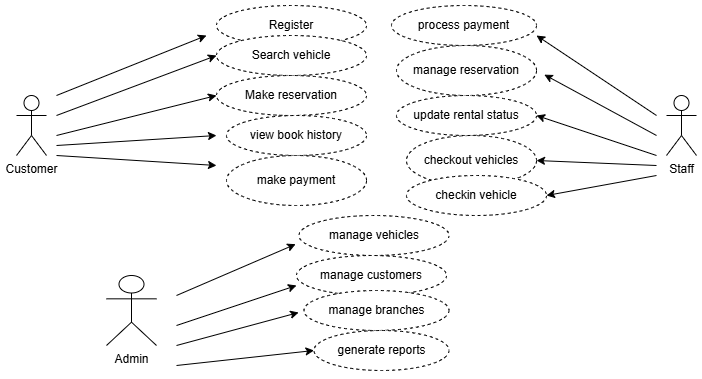
This is diagrams/UseCaseDiagram.png from bereketDress/car-rental-system, a draw.io export, as it was before one commit. Source tidied: cells renumbered, new cells last; positions are measured from the earlier drawing's top-left corner, leaving out a move shared by most shapes. Its diagram source:
```xml
<mxGraphModel>
  <root>
    <mxCell id="0" />
    <mxCell id="1" parent="0" />
    <mxCell id="2" value="Customer" style="shape=umlActor;verticalLabelPosition=bottom;verticalAlign=top;html=1;" parent="1" vertex="1">
      <mxGeometry y="90" width="30" height="60" as="geometry" />
    </mxCell>
    <mxCell id="3" value="Admin" style="shape=umlActor;verticalLabelPosition=bottom;verticalAlign=top;html=1;" parent="1" vertex="1">
      <mxGeometry x="90" y="270" width="50" height="70" as="geometry" />
    </mxCell>
    <mxCell id="4" value="Staff" style="shape=umlActor;verticalLabelPosition=bottom;verticalAlign=top;html=1;" parent="1" vertex="1">
      <mxGeometry x="650" y="90" width="30" height="60" as="geometry" />
    </mxCell>
    <mxCell id="5" style="endArrow=classic;html=1;rounded=0;" parent="1" edge="1">
      <mxGeometry relative="1" as="geometry">
        <mxPoint x="40" y="90" as="sourcePoint" />
        <mxPoint x="190" y="30" as="targetPoint" />
      </mxGeometry>
    </mxCell>
    <mxCell id="6" style="endArrow=classic;html=1;rounded=0;entryX=0;entryY=0.5;entryDx=0;entryDy=0;" parent="1" edge="1" target="11">
      <mxGeometry relative="1" as="geometry">
        <mxPoint x="40" y="130" as="sourcePoint" />
      </mxGeometry>
    </mxCell>
    <mxCell id="7" style="endArrow=classic;html=1;rounded=0;" parent="1" edge="1">
      <mxGeometry relative="1" as="geometry">
        <mxPoint x="40" y="140" as="sourcePoint" />
        <mxPoint x="200" y="130" as="targetPoint" />
      </mxGeometry>
    </mxCell>
    <mxCell id="8" style="endArrow=classic;html=1;rounded=0;" parent="1" edge="1">
      <mxGeometry relative="1" as="geometry">
        <mxPoint x="40" y="150" as="sourcePoint" />
        <mxPoint x="200" y="160" as="targetPoint" />
      </mxGeometry>
    </mxCell>
    <mxCell id="9" value="Register" style="ellipse;whiteSpace=wrap;html=1;align=center;dashed=1;" parent="1" vertex="1">
      <mxGeometry x="200" width="150" height="40" as="geometry" />
    </mxCell>
    <mxCell id="10" value="Search vehicle" style="ellipse;whiteSpace=wrap;html=1;align=center;dashed=1;" parent="1" vertex="1">
      <mxGeometry x="200" y="30" width="150" height="40" as="geometry" />
    </mxCell>
    <mxCell id="11" value="Make reservation" style="ellipse;whiteSpace=wrap;html=1;align=center;dashed=1;" parent="1" vertex="1">
      <mxGeometry x="200" y="70" width="150" height="40" as="geometry" />
    </mxCell>
    <mxCell id="12" value="view book history" style="ellipse;whiteSpace=wrap;html=1;align=center;dashed=1;" parent="1" vertex="1">
      <mxGeometry x="210" y="110" width="140" height="40" as="geometry" />
    </mxCell>
    <mxCell id="13" value="make payment" style="ellipse;whiteSpace=wrap;html=1;align=center;dashed=1;" parent="1" vertex="1">
      <mxGeometry x="210" y="150" width="140" height="50" as="geometry" />
    </mxCell>
    <mxCell id="14" value="manage vehicles" style="ellipse;whiteSpace=wrap;html=1;align=center;dashed=1;" parent="1" vertex="1">
      <mxGeometry x="282.5" y="210" width="150" height="40" as="geometry" />
    </mxCell>
    <mxCell id="15" value="manage customers" style="ellipse;whiteSpace=wrap;html=1;align=center;dashed=1;" parent="1" vertex="1">
      <mxGeometry x="280" y="250" width="150" height="40" as="geometry" />
    </mxCell>
    <mxCell id="16" value="manage branches" style="ellipse;whiteSpace=wrap;html=1;align=center;dashed=1;" parent="1" vertex="1">
      <mxGeometry x="287.5" y="285" width="145" height="40" as="geometry" />
    </mxCell>
    <mxCell id="17" value="generate reports" style="ellipse;whiteSpace=wrap;html=1;align=center;dashed=1;" parent="1" vertex="1">
      <mxGeometry x="297.5" y="325" width="135" height="40" as="geometry" />
    </mxCell>
    <mxCell id="18" style="endArrow=classic;html=1;rounded=0;entryX=-0.022;entryY=0.717;entryDx=0;entryDy=0;entryPerimeter=0;" parent="1" edge="1" target="14">
      <mxGeometry relative="1" as="geometry">
        <mxPoint x="160" y="290" as="sourcePoint" />
      </mxGeometry>
    </mxCell>
    <mxCell id="19" style="endArrow=classic;html=1;rounded=0;entryX=0;entryY=0.75;entryDx=0;entryDy=0;entryPerimeter=0;" parent="1" edge="1" target="15">
      <mxGeometry relative="1" as="geometry">
        <mxPoint x="160" y="320" as="sourcePoint" />
      </mxGeometry>
    </mxCell>
    <mxCell id="20" style="endArrow=classic;html=1;rounded=0;entryX=0;entryY=0.5;entryDx=0;entryDy=0;" parent="1" edge="1" target="17">
      <mxGeometry relative="1" as="geometry">
        <mxPoint x="160" y="360" as="sourcePoint" />
      </mxGeometry>
    </mxCell>
    <mxCell id="21" style="endArrow=classic;html=1;rounded=0;entryX=-0.037;entryY=0.55;entryDx=0;entryDy=0;entryPerimeter=0;" parent="1" edge="1" target="16">
      <mxGeometry relative="1" as="geometry">
        <mxPoint x="160" y="340" as="sourcePoint" />
      </mxGeometry>
    </mxCell>
    <mxCell id="22" value="manage reservation" style="ellipse;whiteSpace=wrap;html=1;align=center;dashed=1;" parent="1" vertex="1">
      <mxGeometry x="380" y="40" width="140" height="50" as="geometry" />
    </mxCell>
    <mxCell id="23" value="checkout vehicles" style="ellipse;whiteSpace=wrap;html=1;align=center;dashed=1;" parent="1" vertex="1">
      <mxGeometry x="390" y="130" width="130" height="50" as="geometry" />
    </mxCell>
    <mxCell id="24" value="process payment" style="ellipse;whiteSpace=wrap;html=1;align=center;dashed=1;" parent="1" vertex="1">
      <mxGeometry x="375" width="145" height="40" as="geometry" />
    </mxCell>
    <mxCell id="25" value="update rental status" style="ellipse;whiteSpace=wrap;html=1;align=center;dashed=1;" parent="1" vertex="1">
      <mxGeometry x="380" y="90" width="140" height="40" as="geometry" />
    </mxCell>
    <mxCell id="26" value="checkin vehicle" style="ellipse;whiteSpace=wrap;html=1;align=center;dashed=1;" parent="1" vertex="1">
      <mxGeometry x="390" y="170" width="140" height="40" as="geometry" />
    </mxCell>
    <mxCell id="27" style="endArrow=classic;html=1;rounded=0;entryX=1;entryY=0.5;entryDx=0;entryDy=0;" parent="1" edge="1" target="23">
      <mxGeometry relative="1" as="geometry">
        <mxPoint x="640" y="160" as="sourcePoint" />
      </mxGeometry>
    </mxCell>
    <mxCell id="28" style="endArrow=classic;html=1;rounded=0;entryX=1;entryY=0.5;entryDx=0;entryDy=0;" parent="1" edge="1" target="25">
      <mxGeometry relative="1" as="geometry">
        <mxPoint x="640" y="150" as="sourcePoint" />
      </mxGeometry>
    </mxCell>
    <mxCell id="29" style="endArrow=classic;html=1;rounded=0;entryX=1.056;entryY=0.583;entryDx=0;entryDy=0;entryPerimeter=0;" parent="1" edge="1" target="22">
      <mxGeometry relative="1" as="geometry">
        <mxPoint x="640" y="130" as="sourcePoint" />
      </mxGeometry>
    </mxCell>
    <mxCell id="30" style="endArrow=classic;html=1;rounded=0;entryX=1;entryY=0.75;entryDx=0;entryDy=0;entryPerimeter=0;" parent="1" edge="1" target="24">
      <mxGeometry relative="1" as="geometry">
        <mxPoint x="640" y="110" as="sourcePoint" />
      </mxGeometry>
    </mxCell>
    <mxCell id="31" style="endArrow=classic;html=1;rounded=0;entryX=0;entryY=0.5;entryDx=0;entryDy=0;" parent="1" edge="1" target="10">
      <mxGeometry relative="1" as="geometry">
        <mxPoint x="40" y="110" as="sourcePoint" />
      </mxGeometry>
    </mxCell>
    <mxCell id="32" style="endArrow=classic;html=1;rounded=0;entryX=1;entryY=0.5;entryDx=0;entryDy=0;" parent="1" edge="1" target="26">
      <mxGeometry relative="1" as="geometry">
        <mxPoint x="640" y="170" as="sourcePoint" />
      </mxGeometry>
    </mxCell>
  </root>
</mxGraphModel>
```
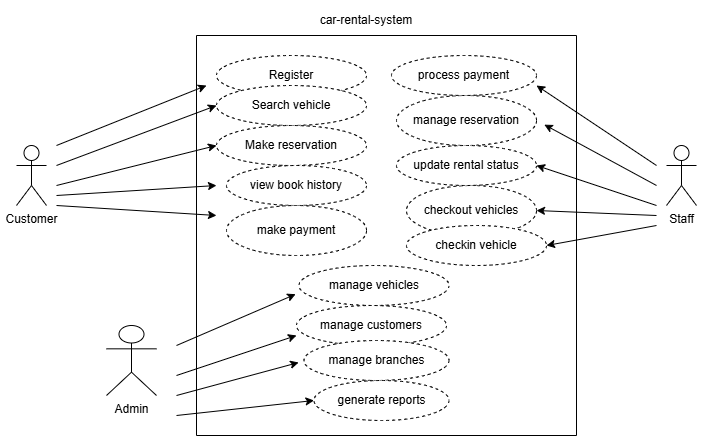
After the change.

Diff of the diagram source:
```diff
@@ -126,5 +126,11 @@
         <mxPoint x="640" y="170" as="sourcePoint" />
       </mxGeometry>
     </mxCell>
+    <mxCell id="33" style="swimlane;startSize=0;" parent="1" vertex="1">
+      <mxGeometry x="180" y="-20" width="380" height="400" as="geometry" />
+    </mxCell>
+    <mxCell id="34" value="car-rental-system" style="text;html=1;whiteSpace=wrap;strokeColor=none;fillColor=none;align=center;verticalAlign=middle;rounded=0;" parent="1" vertex="1">
+      <mxGeometry x="270" y="-50" width="160" height="30" as="geometry" />
+    </mxCell>
   </root>
 </mxGraphModel>
```
